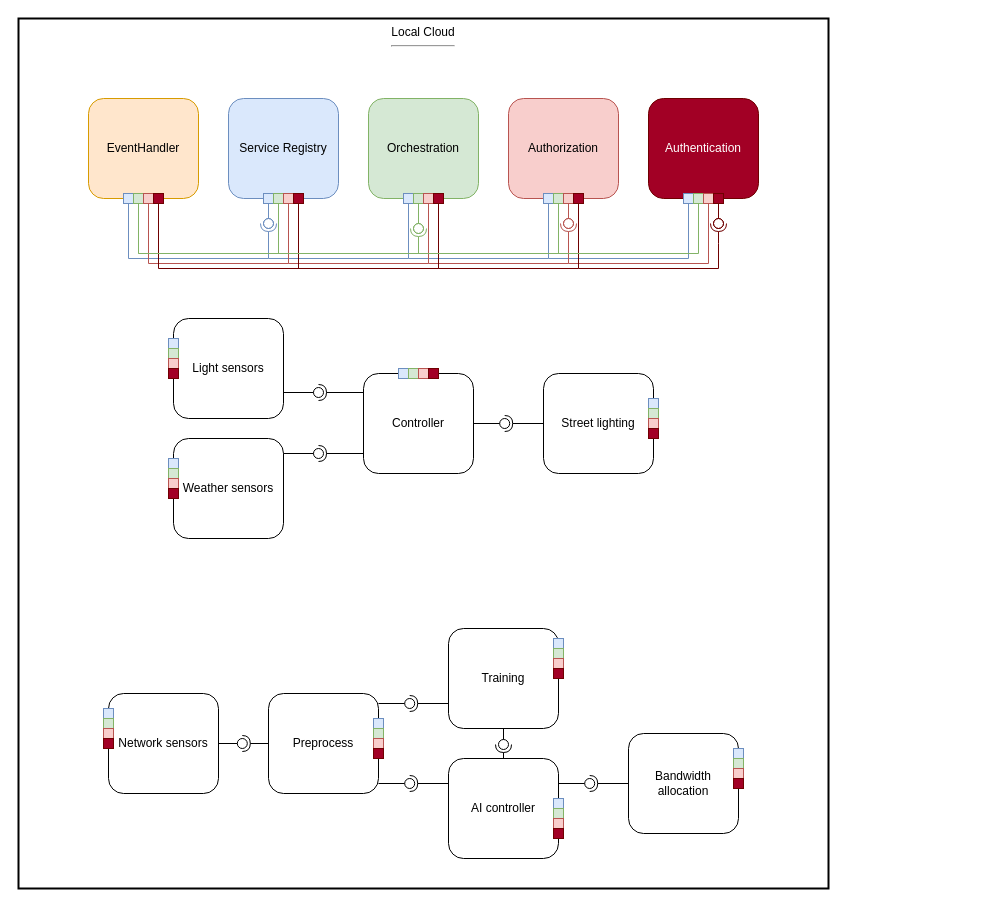
Before: Untitled Diagram.drawio in JuliCSD/D7042E, a draw.io diagram. Source tidied: cells renumbered, new cells numbered last; positions are measured from the earlier drawing's top-left corner, leaving out a move shared by most shapes. Both pictures are drawn from the tidied source at 100%, with x=0, y=0 at pixel (18, 18).
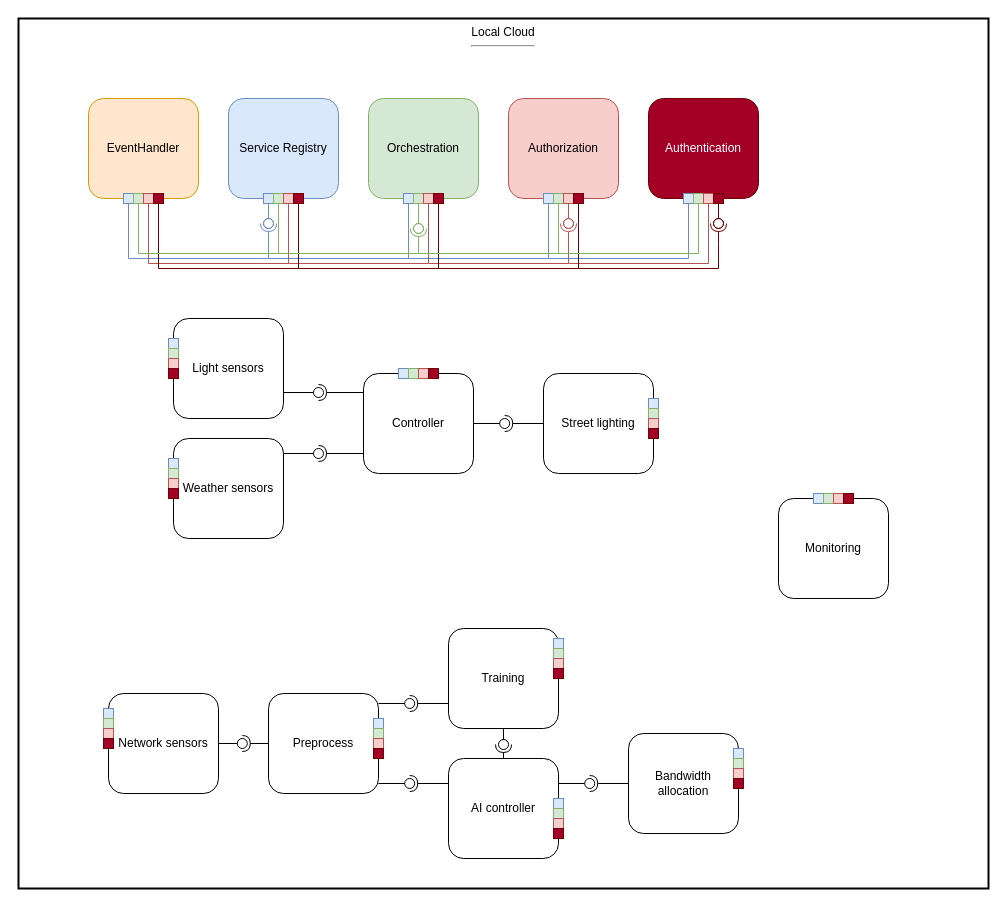
Above is the later version.

Change to the diagram source:
```diff
@@
     <mxCell id="2" value="Local Cloud&lt;br&gt;&lt;hr&gt;" style="rounded=0;whiteSpace=wrap;html=1;fillColor=none;strokeWidth=2;align=center;verticalAlign=top;" parent="1" vertex="1">
-      <mxGeometry width="810" height="870" as="geometry" />
+      <mxGeometry width="970" height="870" as="geometry" />
     </mxCell>
@@
+    <mxCell id="145" value="Monitoring" style="rounded=1;whiteSpace=wrap;html=1;" parent="1" vertex="1">
+      <mxGeometry x="760" y="480" width="110" height="100" as="geometry" />
+    </mxCell>
+    <mxCell id="146" style="group;rotation=-90;" parent="1" vertex="1">
+      <mxGeometry x="810" y="460" width="10" height="40" as="geometry" />
+    </mxCell>
+    <mxCell id="147" style="rounded=0;whiteSpace=wrap;html=1;fillColor=#dae8fc;strokeColor=#6c8ebf;rotation=-90;" parent="146" vertex="1">
+      <mxGeometry x="-15" y="15" width="10" height="10" as="geometry" />
+    </mxCell>
+    <mxCell id="148" style="rounded=0;whiteSpace=wrap;html=1;fillColor=#d5e8d4;strokeColor=#82b366;rotation=-90;" parent="146" vertex="1">
+      <mxGeometry x="-5" y="15" width="10" height="10" as="geometry" />
+    </mxCell>
+    <mxCell id="149" style="rounded=0;whiteSpace=wrap;html=1;fillColor=#f8cecc;strokeColor=#b85450;rotation=-90;" parent="146" vertex="1">
+      <mxGeometry x="5" y="15" width="10" height="10" as="geometry" />
+    </mxCell>
+    <mxCell id="150" style="rounded=0;whiteSpace=wrap;html=1;fillColor=#a20025;fontColor=#ffffff;strokeColor=#6F0000;rotation=-90;" parent="146" vertex="1">
+      <mxGeometry x="15" y="15" width="10" height="10" as="geometry" />
+    </mxCell>
```
